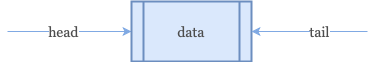
Above: assets/data-structure/linked-list/sll-constructor-1.png in euisblue/vue-blog (draw.io), before the change. Source tidied: cells renumbered, new cells last; positions are measured from the earlier drawing's top-left corner, leaving out a move shared by most shapes. Its diagram source:
```xml
<mxGraphModel>
  <root>
    <mxCell id="0" />
    <mxCell id="1" parent="0" />
    <mxCell id="2" value="&lt;font style=&quot;font-size: 14px;&quot;&gt;head&lt;/font&gt;" style="edgeStyle=orthogonalEdgeStyle;rounded=0;jettySize=auto;html=1;entryX=0;entryY=0.5;entryDx=0;entryDy=0;sketch=0;strokeWidth=1;fillColor=#dae8fc;strokeColor=#80A9E3;fontFamily=Georgia;fontStyle=0;fontSize=14;fontColor=#4D4D4D;" parent="1" edge="1" target="3">
      <mxGeometry x="-0.1" relative="1" as="geometry">
        <mxPoint y="30" as="sourcePoint" />
        <Array as="points">
          <mxPoint x="10" y="30" />
        </Array>
      </mxGeometry>
    </mxCell>
    <mxCell id="3" value="&lt;font style=&quot;font-size: 14px;&quot;&gt;data&lt;/font&gt;" style="shape=process;whiteSpace=wrap;html=1;backgroundOutline=1;strokeWidth=2;fillColor=#dae8fc;strokeColor=#6c8ebf;fontStyle=0;fontFamily=Georgia;fontSize=14;fontColor=#4D4D4D;" parent="1" vertex="1">
      <mxGeometry x="124" width="120" height="60" as="geometry" />
    </mxCell>
    <mxCell id="4" value="&lt;font style=&quot;font-size: 14px;&quot;&gt;tail&lt;/font&gt;" style="edgeStyle=orthogonalEdgeStyle;rounded=0;jettySize=auto;html=1;sketch=0;strokeWidth=1;fillColor=#dae8fc;strokeColor=#80A9E3;entryX=1;entryY=0.5;entryDx=0;entryDy=0;fontFamily=Georgia;fontStyle=0;fontSize=14;fontColor=#4D4D4D;" parent="1" edge="1" target="3">
      <mxGeometry x="-0.18" relative="1" as="geometry">
        <mxPoint x="360" y="30" as="sourcePoint" />
        <Array as="points">
          <mxPoint x="340" y="30" />
        </Array>
      </mxGeometry>
    </mxCell>
  </root>
</mxGraphModel>
```
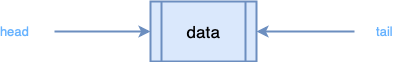
After the commit.

Change to the diagram source:
```diff
@@ -2,23 +2,23 @@
   <root>
     <mxCell id="0" />
     <mxCell id="1" parent="0" />
-    <mxCell id="2" value="&lt;font style=&quot;font-size: 14px;&quot;&gt;head&lt;/font&gt;" style="edgeStyle=orthogonalEdgeStyle;rounded=0;jettySize=auto;html=1;entryX=0;entryY=0.5;entryDx=0;entryDy=0;sketch=0;strokeWidth=1;fillColor=#dae8fc;strokeColor=#80A9E3;fontFamily=Georgia;fontStyle=0;fontSize=14;fontColor=#4D4D4D;" parent="1" edge="1" target="3">
-      <mxGeometry x="-0.1" relative="1" as="geometry">
-        <mxPoint y="30" as="sourcePoint" />
-        <Array as="points">
-          <mxPoint x="10" y="30" />
-        </Array>
-      </mxGeometry>
+    <mxCell id="2" value="&lt;font&gt;&lt;span style=&quot;font-size: 17px&quot;&gt;data&lt;/span&gt;&lt;br&gt;&lt;/font&gt;" style="shape=process;whiteSpace=wrap;html=1;backgroundOutline=1;strokeWidth=2;fillColor=#dae8fc;strokeColor=#6c8ebf;fontStyle=0;fontFamily=Helvetica;fontSize=14;labelBackgroundColor=none;labelBorderColor=none;" parent="1" vertex="1">
+      <mxGeometry x="176" y="-70" width="106" height="60" as="geometry" />
     </mxCell>
-    <mxCell id="3" value="&lt;font style=&quot;font-size: 14px;&quot;&gt;data&lt;/font&gt;" style="shape=process;whiteSpace=wrap;html=1;backgroundOutline=1;strokeWidth=2;fillColor=#dae8fc;strokeColor=#6c8ebf;fontStyle=0;fontFamily=Georgia;fontSize=14;fontColor=#4D4D4D;" parent="1" vertex="1">
-      <mxGeometry x="124" width="120" height="60" as="geometry" />
+    <mxCell id="3" value="&lt;span style=&quot;color: rgb(102 , 178 , 255) ; font-size: 13px&quot;&gt;head&lt;/span&gt;" style="edgeStyle=orthogonalEdgeStyle;rounded=0;jettySize=auto;html=1;labelBackgroundColor=none;strokeWidth=2;fontFamily=Helvetica;fontColor=#666666;align=center;fillColor=#dae8fc;strokeColor=#6c8ebf;entryX=0;entryY=0.5;entryDx=0;entryDy=0;" parent="1" edge="1" target="2">
+      <mxGeometry x="-1" y="-40" relative="1" as="geometry">
+        <mxPoint x="80" y="-40" as="sourcePoint" />
+        <mxPoint x="-40" y="-40" as="offset" />
+      </mxGeometry>
     </mxCell>
-    <mxCell id="4" value="&lt;font style=&quot;font-size: 14px;&quot;&gt;tail&lt;/font&gt;" style="edgeStyle=orthogonalEdgeStyle;rounded=0;jettySize=auto;html=1;sketch=0;strokeWidth=1;fillColor=#dae8fc;strokeColor=#80A9E3;entryX=1;entryY=0.5;entryDx=0;entryDy=0;fontFamily=Georgia;fontStyle=0;fontSize=14;fontColor=#4D4D4D;" parent="1" edge="1" target="3">
-      <mxGeometry x="-0.18" relative="1" as="geometry">
-        <mxPoint x="360" y="30" as="sourcePoint" />
+    <mxCell id="4" value="&lt;span style=&quot;color: rgb(102 , 178 , 255) ; font-size: 13px&quot;&gt;tail&lt;/span&gt;" style="edgeStyle=orthogonalEdgeStyle;rounded=0;jettySize=auto;html=1;entryX=1;entryY=0.5;entryDx=0;entryDy=0;labelBackgroundColor=none;strokeWidth=2;fontFamily=Helvetica;fontColor=#666666;align=center;fillColor=#dae8fc;strokeColor=#6c8ebf;" parent="1" edge="1" target="2">
+      <mxGeometry x="-1" y="-30" relative="1" as="geometry">
+        <mxPoint x="380" y="-40" as="sourcePoint" />
         <Array as="points">
-          <mxPoint x="340" y="30" />
+          <mxPoint x="380" y="-40" />
+          <mxPoint x="380" y="-40" />
         </Array>
+        <mxPoint x="30" y="30" as="offset" />
       </mxGeometry>
     </mxCell>
   </root>
```
